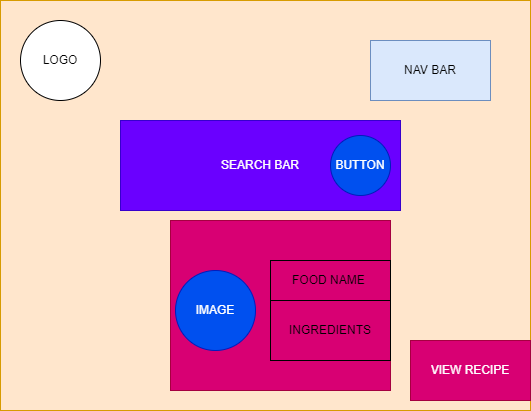
The draw.io diagram Recipe finder low fidelity prototype.drawio.png in Mbenka22/alx_capstone_project, before a commit. Source tidied: cells renumbered, new cells last; positions are measured from the earlier drawing's top-left corner, leaving out a move shared by most shapes.
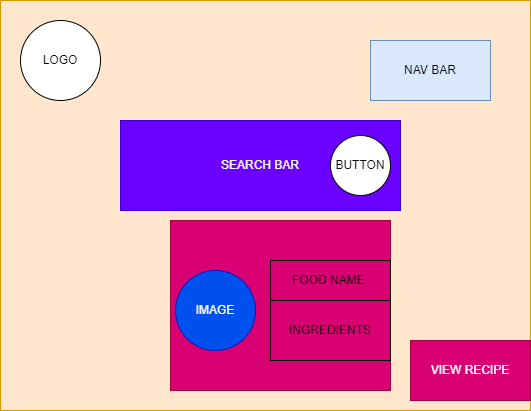
After the change.

What changed in the source:
```diff
@@ -14,7 +14,7 @@
     <mxCell id="5" value="SEARCH BAR" style="rounded=0;whiteSpace=wrap;html=1;fillColor=#6a00ff;fontColor=#ffffff;strokeColor=#3700CC;" parent="1" vertex="1">
       <mxGeometry x="120" y="120" width="280" height="90" as="geometry" />
     </mxCell>
-    <mxCell id="6" value="BUTTON" style="ellipse;whiteSpace=wrap;html=1;fillColor=#0050ef;fontColor=#ffffff;strokeColor=#001DBC;" parent="1" vertex="1">
+    <mxCell id="6" value="BUTTON" style="ellipse;whiteSpace=wrap;html=1;" parent="1" vertex="1">
       <mxGeometry x="330" y="135" width="60" height="60" as="geometry" />
     </mxCell>
     <mxCell id="7" style="rounded=0;whiteSpace=wrap;html=1;fillColor=#d80073;strokeColor=#A50040;fontColor=#ffffff;" parent="1" vertex="1">
```
